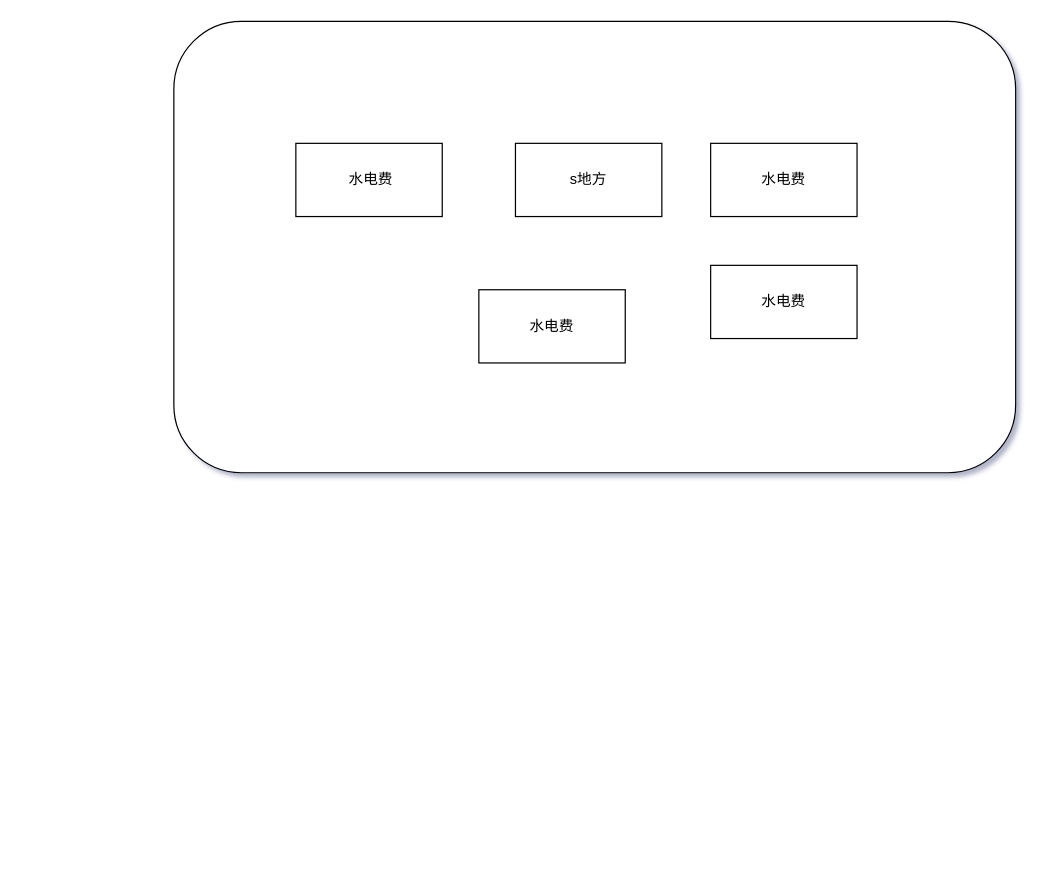
Before: comedit.drawio in gsmartware/book-pdf, a draw.io diagram. Source tidied: cells renumbered, new cells numbered last; positions are measured from the earlier drawing's top-left corner, leaving out a move shared by most shapes. Both pictures are drawn from the tidied source at 122%, with x=0, y=0 at pixel (173, 21).
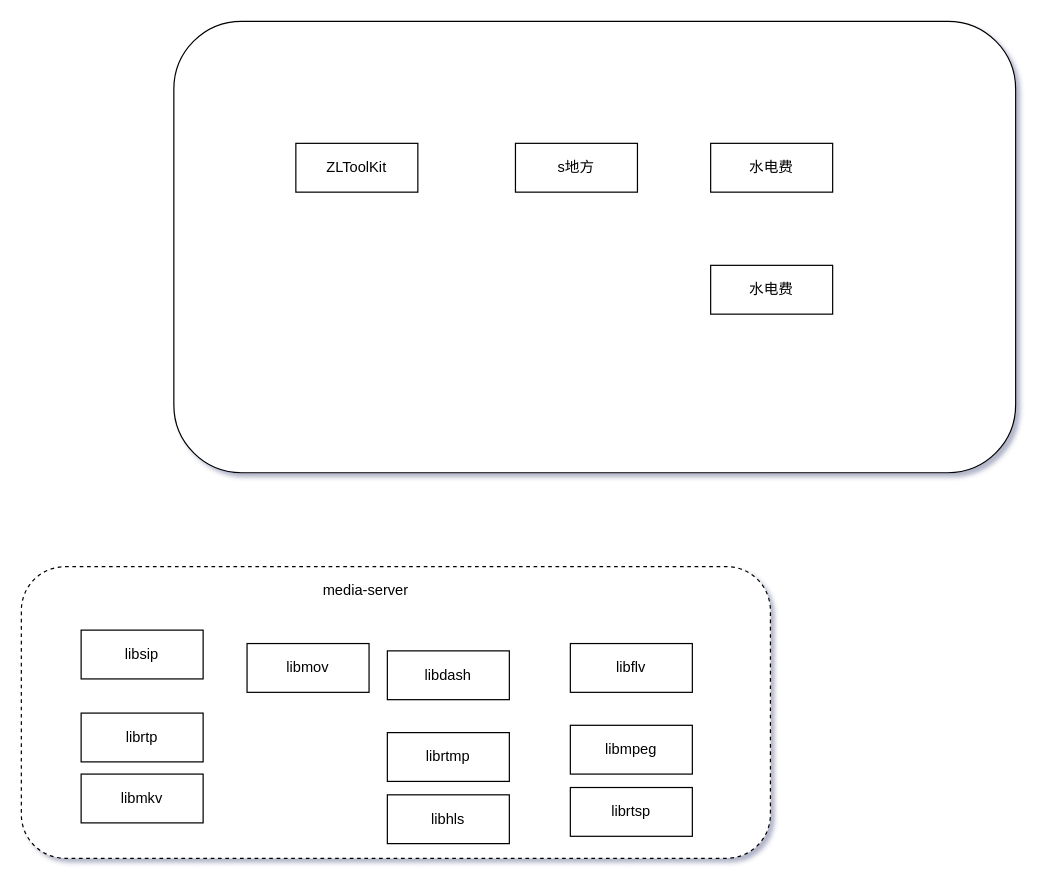
The same diagram, later.

Change to the diagram source:
```diff
@@
 <mxGraphModel shadow="1">
   <root>
     <mxCell id="0" />
     <mxCell id="1" parent="0" />
+    <mxCell id="8" style="group;" parent="1" vertex="1">
+      <mxGeometry x="-125" y="447" width="614" height="244" as="geometry" />
+    </mxCell>
+    <mxCell id="9" style="rounded=1;whiteSpace=wrap;html=1;align=center;dashed=1;" parent="8" vertex="1">
+      <mxGeometry width="614" height="239" as="geometry" />
+    </mxCell>
+    <mxCell id="10" value="media-server" style="text;html=1;align=center;verticalAlign=middle;whiteSpace=wrap;rounded=0;" parent="8" vertex="1">
+      <mxGeometry x="213" y="5" width="139" height="30" as="geometry" />
+    </mxCell>
+    <mxCell id="4" value="libsip" style="rounded=0;whiteSpace=wrap;html=1;" parent="8" vertex="1">
+      <mxGeometry x="49" y="52" width="100" height="40" as="geometry" />
+    </mxCell>
+    <mxCell id="11" value="libdash" style="rounded=0;whiteSpace=wrap;html=1;" parent="8" vertex="1">
+      <mxGeometry x="300" y="69" width="100" height="40" as="geometry" />
+    </mxCell>
+    <mxCell id="12" value="libflv" style="rounded=0;whiteSpace=wrap;html=1;" parent="8" vertex="1">
+      <mxGeometry x="450" y="63" width="100" height="40" as="geometry" />
+    </mxCell>
+    <mxCell id="13" value="libmkv" style="rounded=0;whiteSpace=wrap;html=1;" parent="8" vertex="1">
+      <mxGeometry x="49" y="170" width="100" height="40" as="geometry" />
+    </mxCell>
+    <mxCell id="14" value="libhls" style="rounded=0;whiteSpace=wrap;html=1;" parent="8" vertex="1">
+      <mxGeometry x="300" y="187" width="100" height="40" as="geometry" />
+    </mxCell>
+    <mxCell id="15" value="libmov" style="rounded=0;whiteSpace=wrap;html=1;" parent="8" vertex="1">
+      <mxGeometry x="185" y="63" width="100" height="40" as="geometry" />
+    </mxCell>
+    <mxCell id="16" value="libmpeg" style="rounded=0;whiteSpace=wrap;html=1;" parent="8" vertex="1">
+      <mxGeometry x="450" y="130" width="100" height="40" as="geometry" />
+    </mxCell>
+    <mxCell id="17" value="librtmp" style="rounded=0;whiteSpace=wrap;html=1;" parent="8" vertex="1">
+      <mxGeometry x="300" y="136" width="100" height="40" as="geometry" />
+    </mxCell>
+    <mxCell id="18" value="librtp" style="rounded=0;whiteSpace=wrap;html=1;" parent="8" vertex="1">
+      <mxGeometry x="49" y="120" width="100" height="40" as="geometry" />
+    </mxCell>
+    <mxCell id="19" value="librtsp" style="rounded=0;whiteSpace=wrap;html=1;" parent="8" vertex="1">
+      <mxGeometry x="450" y="181" width="100" height="40" as="geometry" />
+    </mxCell>
     <mxCell id="2" style="rounded=1;whiteSpace=wrap;html=1;" parent="1" vertex="1">
       <mxGeometry width="690" height="370" as="geometry" />
     </mxCell>
-    <mxCell id="3" value="&amp;nbsp;水电费" style="rounded=0;whiteSpace=wrap;html=1;" parent="1" vertex="1">
-      <mxGeometry x="100" y="100" width="120" height="60" as="geometry" />
+    <mxCell id="3" value="ZLToolKit" style="rounded=0;whiteSpace=wrap;html=1;" parent="1" vertex="1">
+      <mxGeometry x="100" y="100" width="100" height="40" as="geometry" />
     </mxCell>
-    <mxCell id="4" value="水电费" style="rounded=0;whiteSpace=wrap;html=1;" parent="1" vertex="1">
-      <mxGeometry x="250" y="220" width="120" height="60" as="geometry" />
-    </mxCell>
     <mxCell id="5" value="s地方" style="rounded=0;whiteSpace=wrap;html=1;" parent="1" vertex="1">
-      <mxGeometry x="280" y="100" width="120" height="60" as="geometry" />
+      <mxGeometry x="280" y="100" width="100" height="40" as="geometry" />
     </mxCell>
     <mxCell id="6" value="水电费" style="rounded=0;whiteSpace=wrap;html=1;" parent="1" vertex="1">
-      <mxGeometry x="440" y="200" width="120" height="60" as="geometry" />
+      <mxGeometry x="440" y="200" width="100" height="40" as="geometry" />
     </mxCell>
     <mxCell id="7" value="水电费" style="rounded=0;whiteSpace=wrap;html=1;" parent="1" vertex="1">
-      <mxGeometry x="440" y="100" width="120" height="60" as="geometry" />
+      <mxGeometry x="440" y="100" width="100" height="40" as="geometry" />
     </mxCell>
   </root>
 </mxGraphModel>
```
